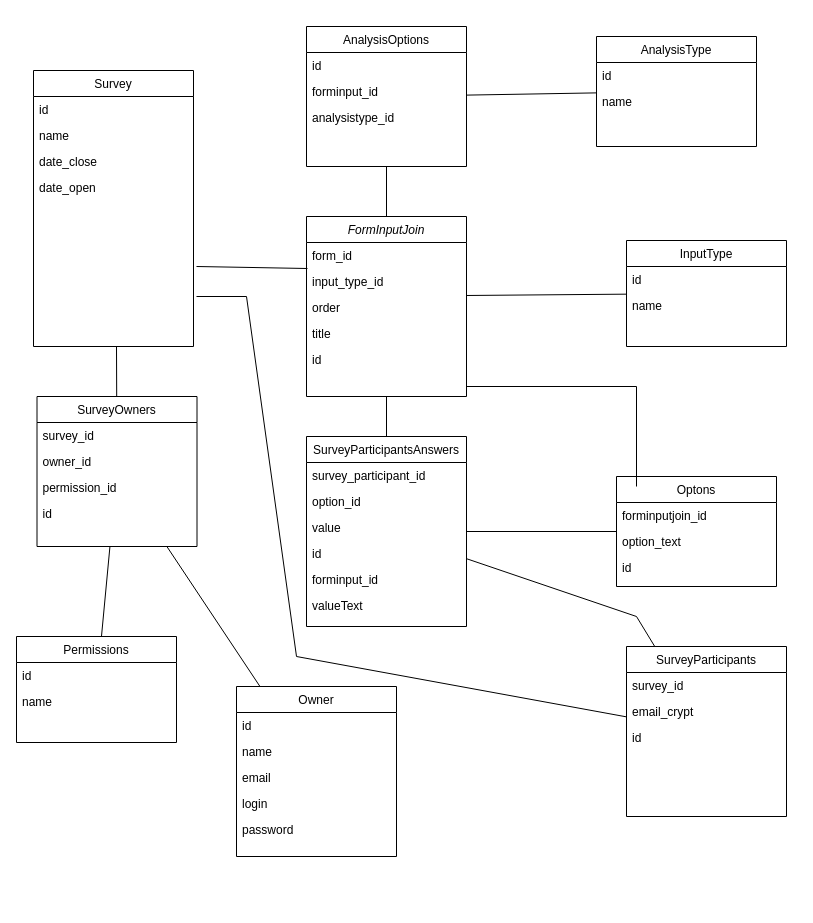
The draw.io diagram doc/domainModel.drawio in haniszewski/SurveySystemBackend, before the edit. Source tidied: cells renumbered, new cells numbered last; positions are measured from the earlier drawing's top-left corner, leaving out a move shared by most shapes. Both pictures are drawn from the tidied source at 100%, with x=0, y=0 at pixel (16, 26).
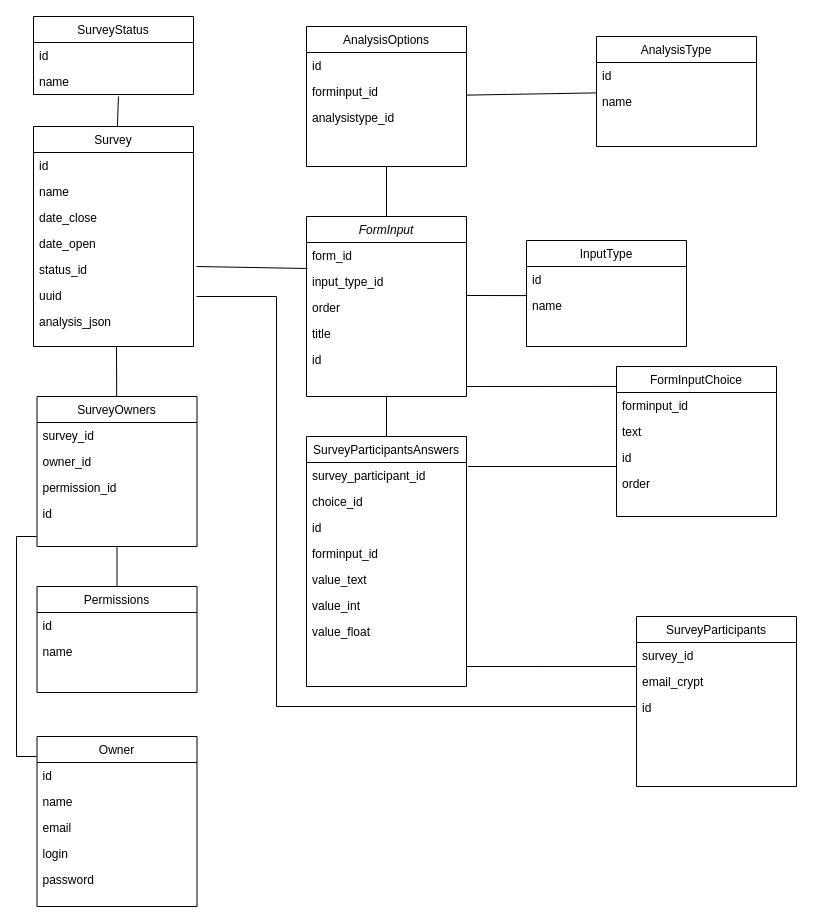
The same page after the edit.

Unchanged cells that the change refers to:
```xml
<mxCell id="5" value="order" style="text;align=left;verticalAlign=top;spacingLeft=4;spacingRight=4;overflow=hidden;points=[[0,0.5],[1,0.5]];portConstraint=eastwest;rounded=0;shadow=0;html=0;" parent="2" vertex="1">
  <mxGeometry y="78" width="160" height="26" as="geometry" />
</mxCell>
<mxCell id="10" value="name" style="text;align=left;verticalAlign=top;spacingLeft=4;spacingRight=4;overflow=hidden;points=[[0,0.5],[1,0.5]];portConstraint=eastwest;rounded=0;shadow=0;html=0;" parent="8" vertex="1">
  <mxGeometry y="52" width="160" height="26" as="geometry" />
</mxCell>
<mxCell id="23" value="SurveyOwners" style="swimlane;fontStyle=0;align=center;verticalAlign=top;horizontal=1;startSize=26;rounded=0;shadow=0;strokeWidth=1;" parent="1" vertex="1">
  <mxGeometry x="20.5" y="370" width="160" height="150" as="geometry" />
</mxCell>
<mxCell id="37" value="survey_participant_id" style="text;align=left;verticalAlign=top;spacingLeft=4;spacingRight=4;overflow=hidden;points=[[0,0.5],[1,0.5]];portConstraint=eastwest;" parent="36" vertex="1">
  <mxGeometry y="26" width="160" height="26" as="geometry" />
</mxCell>
```

The edit, as a diff of the source:
```diff
@@
-    <mxCell id="2" value="FormInputJoin" style="swimlane;fontStyle=2;align=center;verticalAlign=top;horizontal=1;startSize=26;rounded=0;shadow=0;strokeWidth=1;" parent="1" vertex="1">
+    <mxCell id="2" value="FormInput" style="swimlane;fontStyle=2;align=center;verticalAlign=top;horizontal=1;startSize=26;rounded=0;shadow=0;strokeWidth=1;" parent="1" vertex="1">
       <mxGeometry x="290" y="190" width="160" height="180" as="geometry" />
     </mxCell>
@@
     <mxCell id="8" value="InputType" style="swimlane;fontStyle=0;align=center;verticalAlign=top;horizontal=1;startSize=26;rounded=0;shadow=0;strokeWidth=1;" parent="1" vertex="1">
-      <mxGeometry x="610" y="214" width="160" height="106" as="geometry" />
+      <mxGeometry x="510" y="214" width="160" height="106" as="geometry" />
     </mxCell>
@@
     <mxCell id="11" value="Survey" style="swimlane;fontStyle=0;align=center;verticalAlign=top;horizontal=1;startSize=26;rounded=0;shadow=0;strokeWidth=1;" parent="1" vertex="1">
-      <mxGeometry x="17" y="44" width="160" height="276" as="geometry" />
+      <mxGeometry x="17" y="100" width="160" height="220" as="geometry" />
     </mxCell>
@@
+    <mxCell id="64" value="status_id" style="text;align=left;verticalAlign=top;spacingLeft=4;spacingRight=4;overflow=hidden;rounded=0;shadow=0;html=0;" parent="11" vertex="1">
+      <mxGeometry y="130" width="160" height="26" as="geometry" />
+    </mxCell>
+    <mxCell id="65" value="uuid" style="text;align=left;verticalAlign=top;spacingLeft=4;spacingRight=4;overflow=hidden;rounded=0;shadow=0;html=0;" parent="11" vertex="1">
+      <mxGeometry y="156" width="160" height="26" as="geometry" />
+    </mxCell>
+    <mxCell id="66" value="analysis_json" style="text;align=left;verticalAlign=top;spacingLeft=4;spacingRight=4;overflow=hidden;rounded=0;shadow=0;html=0;" parent="11" vertex="1">
+      <mxGeometry y="182" width="160" height="26" as="geometry" />
+    </mxCell>
@@
     <mxCell id="17" value="Owner" style="swimlane;fontStyle=0;align=center;verticalAlign=top;horizontal=1;startSize=26;rounded=0;shadow=0;strokeWidth=1;" parent="1" vertex="1">
-      <mxGeometry x="220" y="660" width="160" height="170" as="geometry" />
+      <mxGeometry x="20.5" y="710" width="160" height="170" as="geometry" />
     </mxCell>
@@
-    <mxCell id="28" value="Optons" style="swimlane;fontStyle=0;align=center;verticalAlign=top;horizontal=1;startSize=26;rounded=0;shadow=0;strokeWidth=1;" parent="1" vertex="1">
-      <mxGeometry x="600" y="450" width="160" height="110" as="geometry" />
+    <mxCell id="28" value="FormInputChoice" style="swimlane;fontStyle=0;align=center;verticalAlign=top;horizontal=1;startSize=26;rounded=0;shadow=0;strokeWidth=1;" parent="1" vertex="1">
+      <mxGeometry x="600" y="340" width="160" height="150" as="geometry" />
     </mxCell>
-    <mxCell id="29" value="forminputjoin_id" style="text;align=left;verticalAlign=top;spacingLeft=4;spacingRight=4;overflow=hidden;" parent="28" vertex="1">
+    <mxCell id="29" value="forminput_id" style="text;align=left;verticalAlign=top;spacingLeft=4;spacingRight=4;overflow=hidden;" parent="28" vertex="1">
       <mxGeometry y="26" width="160" height="26" as="geometry" />
     </mxCell>
-    <mxCell id="30" value="option_text" style="text;align=left;verticalAlign=top;spacingLeft=4;spacingRight=4;overflow=hidden;rounded=0;shadow=0;html=0;" parent="28" vertex="1">
+    <mxCell id="30" value="text" style="text;align=left;verticalAlign=top;spacingLeft=4;spacingRight=4;overflow=hidden;rounded=0;shadow=0;html=0;" parent="28" vertex="1">
       <mxGeometry y="52" width="160" height="26" as="geometry" />
     </mxCell>
@@
+    <mxCell id="67" value="order" style="text;align=left;verticalAlign=top;spacingLeft=4;spacingRight=4;overflow=hidden;" parent="28" vertex="1">
+      <mxGeometry y="104" width="160" height="26" as="geometry" />
+    </mxCell>
     <mxCell id="32" value="SurveyParticipants" style="swimlane;fontStyle=0;align=center;verticalAlign=top;horizontal=1;startSize=26;rounded=0;shadow=0;strokeWidth=1;" parent="1" vertex="1">
-      <mxGeometry x="610" y="620" width="160" height="170" as="geometry" />
+      <mxGeometry x="620" y="590" width="160" height="170" as="geometry" />
     </mxCell>
@@
     <mxCell id="36" value="SurveyParticipantsAnswers" style="swimlane;fontStyle=0;align=center;verticalAlign=top;horizontal=1;startSize=26;rounded=0;shadow=0;strokeWidth=1;" parent="1" vertex="1">
-      <mxGeometry x="290" y="410" width="160" height="190" as="geometry" />
+      <mxGeometry x="290" y="410" width="160" height="250" as="geometry" />
     </mxCell>
@@
-    <mxCell id="38" value="option_id" style="text;align=left;verticalAlign=top;spacingLeft=4;spacingRight=4;overflow=hidden;rounded=0;shadow=0;html=0;" parent="36" vertex="1">
+    <mxCell id="38" value="choice_id" style="text;align=left;verticalAlign=top;spacingLeft=4;spacingRight=4;overflow=hidden;rounded=0;shadow=0;html=0;" parent="36" vertex="1">
       <mxGeometry y="52" width="160" height="26" as="geometry" />
     </mxCell>
-    <mxCell id="39" value="value" style="text;align=left;verticalAlign=top;spacingLeft=4;spacingRight=4;overflow=hidden;rounded=0;shadow=0;html=0;" parent="36" vertex="1">
-      <mxGeometry y="78" width="160" height="26" as="geometry" />
-    </mxCell>
     <mxCell id="40" value="id&#10;" style="text;align=left;verticalAlign=top;spacingLeft=4;spacingRight=4;overflow=hidden;" parent="36" vertex="1">
-      <mxGeometry y="104" width="160" height="26" as="geometry" />
+      <mxGeometry y="78" width="160" height="26" as="geometry" />
     </mxCell>
     <mxCell id="41" value="forminput_id" style="text;align=left;verticalAlign=top;spacingLeft=4;spacingRight=4;overflow=hidden;rounded=0;shadow=0;html=0;" parent="36" vertex="1">
-      <mxGeometry y="130" width="160" height="26" as="geometry" />
+      <mxGeometry y="104" width="160" height="26" as="geometry" />
     </mxCell>
-    <mxCell id="42" value="valueText" style="text;align=left;verticalAlign=top;spacingLeft=4;spacingRight=4;overflow=hidden;rounded=0;shadow=0;html=0;" parent="36" vertex="1">
-      <mxGeometry y="156" width="160" height="26" as="geometry" />
+    <mxCell id="42" value="value_text" style="text;align=left;verticalAlign=top;spacingLeft=4;spacingRight=4;overflow=hidden;rounded=0;shadow=0;html=0;" parent="36" vertex="1">
+      <mxGeometry y="130" width="160" height="26" as="geometry" />
     </mxCell>
+    <mxCell id="68" value="value_int" style="text;align=left;verticalAlign=top;spacingLeft=4;spacingRight=4;overflow=hidden;rounded=0;shadow=0;html=0;" parent="36" vertex="1">
+      <mxGeometry y="156" width="160" height="26" as="geometry" />
+    </mxCell>
+    <mxCell id="69" value="value_float" style="text;align=left;verticalAlign=top;spacingLeft=4;spacingRight=4;overflow=hidden;rounded=0;shadow=0;html=0;" parent="36" vertex="1">
+      <mxGeometry y="182" width="160" height="26" as="geometry" />
+    </mxCell>
@@
-    <mxCell id="44" style="endArrow=none;html=1;rounded=0;" parent="1" edge="1" source="17" target="23">
-      <mxGeometry relative="1" as="geometry" />
+    <mxCell id="44" style="endArrow=none;html=1;rounded=0;" parent="1" edge="1">
+      <mxGeometry relative="1" as="geometry">
+        <mxPoint x="20" y="730" as="sourcePoint" />
+        <mxPoint x="20" y="510" as="targetPoint" />
+        <Array as="points">
+          <mxPoint y="730" />
+          <mxPoint y="510" />
+        </Array>
+      </mxGeometry>
     </mxCell>
-    <mxCell id="45" style="endArrow=none;html=1;rounded=0;" parent="1" edge="1" source="32">
+    <mxCell id="45" style="endArrow=none;html=1;rounded=0;" parent="1" edge="1">
       <mxGeometry relative="1" as="geometry">
+        <mxPoint x="620" y="680" as="sourcePoint" />
         <mxPoint x="180" y="270" as="targetPoint" />
         <Array as="points">
-          <mxPoint x="280" y="630" />
-          <mxPoint x="230" y="270" />
+          <mxPoint x="260" y="680" />
+          <mxPoint x="260" y="270" />
         </Array>
       </mxGeometry>
     </mxCell>
-    <mxCell id="46" style="endArrow=none;html=1;rounded=0;exitX=0.125;exitY=0.091;exitDx=0;exitDy=0;exitPerimeter=0;" parent="1" edge="1" source="28">
+    <mxCell id="46" style="endArrow=none;html=1;rounded=0;exitX=0;exitY=0.133;exitDx=0;exitDy=0;exitPerimeter=0;" parent="1" edge="1" source="28">
       <mxGeometry relative="1" as="geometry">
         <mxPoint x="450" y="360" as="targetPoint" />
-        <Array as="points">
-          <mxPoint x="620" y="360" />
-        </Array>
       </mxGeometry>
     </mxCell>
-    <mxCell id="47" style="endArrow=none;html=1;rounded=0;" parent="1" edge="1" source="36" target="28">
-      <mxGeometry relative="1" as="geometry" />
+    <mxCell id="47" style="endArrow=none;html=1;rounded=0;exitX=1.01;exitY=0.154;exitDx=0;exitDy=0;exitPerimeter=0;" parent="1" edge="1" source="37">
+      <mxGeometry relative="1" as="geometry">
+        <mxPoint x="600" y="440" as="targetPoint" />
+      </mxGeometry>
     </mxCell>
-    <mxCell id="48" style="endArrow=none;html=1;rounded=0;" parent="1" edge="1" source="32" target="36">
+    <mxCell id="48" style="endArrow=none;html=1;rounded=0;" parent="1" edge="1" source="32">
       <mxGeometry relative="1" as="geometry">
+        <mxPoint x="450" y="640" as="targetPoint" />
         <Array as="points">
-          <mxPoint x="620" y="590" />
+          <mxPoint x="620" y="640" />
+          <mxPoint x="520" y="640" />
         </Array>
       </mxGeometry>
     </mxCell>
@@
-    <mxCell id="59" style="endArrow=none;html=1;rounded=0;exitX=1;exitY=0.038;exitDx=0;exitDy=0;exitPerimeter=0;" parent="1" edge="1" source="5" target="8">
+    <mxCell id="59" style="endArrow=none;html=1;rounded=0;exitX=1;exitY=0.038;exitDx=0;exitDy=0;exitPerimeter=0;entryX=0.004;entryY=0.119;entryDx=0;entryDy=0;entryPerimeter=0;" parent="1" edge="1" source="5" target="10">
       <mxGeometry relative="1" as="geometry" />
     </mxCell>
     <mxCell id="60" value="Permissions" style="swimlane;fontStyle=0;align=center;verticalAlign=top;horizontal=1;startSize=26;rounded=0;shadow=0;strokeWidth=1;" parent="1" vertex="1">
-      <mxGeometry y="610" width="160" height="106" as="geometry" />
+      <mxGeometry x="20.5" y="560" width="160" height="106" as="geometry" />
     </mxCell>
@@
+    <mxCell id="70" value="SurveyStatus" style="swimlane;fontStyle=0;align=center;verticalAlign=top;horizontal=1;startSize=26;rounded=0;shadow=0;strokeWidth=1;" parent="1" vertex="1">
+      <mxGeometry x="17" y="-10" width="160" height="78" as="geometry" />
+    </mxCell>
+    <mxCell id="71" value="id" style="text;align=left;verticalAlign=top;spacingLeft=4;spacingRight=4;overflow=hidden;" parent="70" vertex="1">
+      <mxGeometry y="26" width="160" height="26" as="geometry" />
+    </mxCell>
+    <mxCell id="72" value="name" style="text;align=left;verticalAlign=top;spacingLeft=4;spacingRight=4;overflow=hidden;points=[[0,0.5],[1,0.5]];portConstraint=eastwest;rounded=0;shadow=0;html=0;" parent="70" vertex="1">
+      <mxGeometry y="52" width="160" height="26" as="geometry" />
+    </mxCell>
+    <mxCell id="73" style="endArrow=none;html=1;rounded=0;entryX=0.531;entryY=1.077;entryDx=0;entryDy=0;entryPerimeter=0;" parent="1" edge="1" source="11" target="72">
+      <mxGeometry relative="1" as="geometry" />
+    </mxCell>
```
